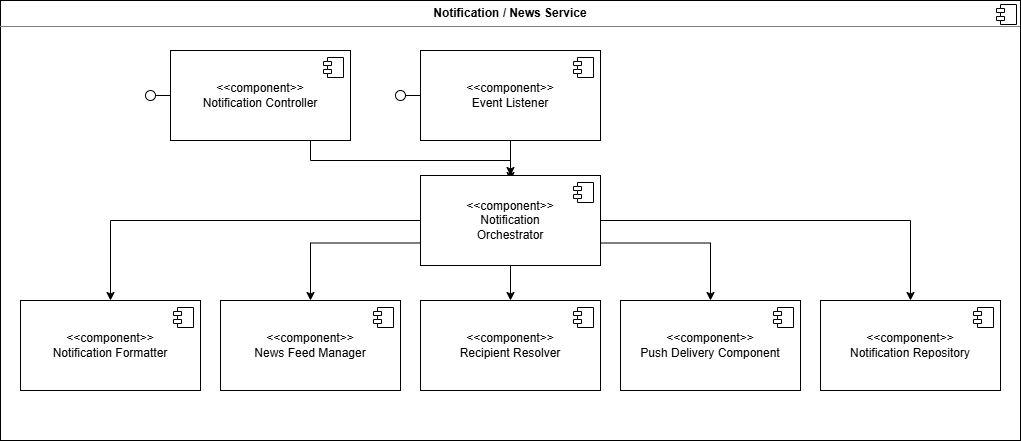
JmmonJeremy/CareerBound-SDD keeps this draw.io diagram as 04_QA_Review/Pending_Review/ES_M1_Team6_NotificationNews.drawio.png. Above is the earlier version. Source tidied: cells renumbered, new cells last; positions are measured from the earlier drawing's top-left corner, leaving out a move shared by most shapes.
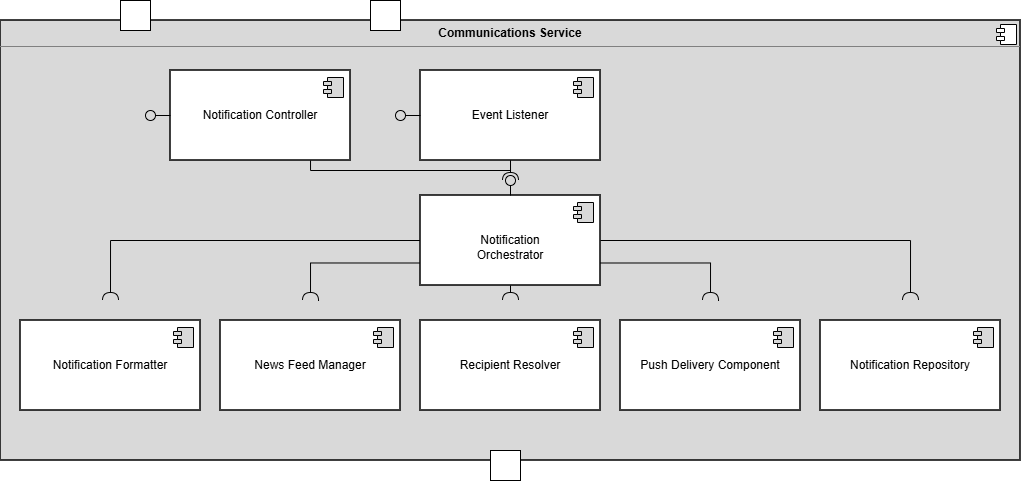
After the commit.

Change to the diagram source:
```diff
@@ -2,7 +2,7 @@
   <root>
     <mxCell id="0" />
     <mxCell id="1" parent="0" />
-    <mxCell id="2" value="&lt;p style=&quot;margin:0px;margin-top:6px;text-align:center;&quot;&gt;&lt;b&gt;Notification / News Service&lt;/b&gt;&lt;/p&gt;&lt;hr size=&quot;1&quot; style=&quot;border-style:solid;&quot;&gt;&lt;p style=&quot;margin:0px;margin-left:8px;&quot;&gt;&lt;br&gt;&lt;/p&gt;" style="align=left;overflow=fill;html=1;whiteSpace=wrap;" parent="1" vertex="1">
+    <mxCell id="2" value="&lt;p style=&quot;margin:0px;margin-top:6px;text-align:center;&quot;&gt;&lt;b&gt;Communications&amp;nbsp;&lt;/b&gt;&lt;b style=&quot;background-color: transparent; color: light-dark(rgb(0, 0, 0), rgb(255, 255, 255));&quot;&gt;Service&lt;/b&gt;&lt;/p&gt;&lt;hr size=&quot;1&quot; style=&quot;border-style:solid;&quot;&gt;&lt;p style=&quot;margin:0px;margin-left:8px;&quot;&gt;&lt;br&gt;&lt;/p&gt;" style="align=left;overflow=fill;html=1;whiteSpace=wrap;fillStyle=solid;fillColor=#D9D9D9;strokeWidth=1.5;" parent="1" vertex="1">
       <mxGeometry width="1020" height="440" as="geometry" />
     </mxCell>
     <mxCell id="3" style="shape=component;jettyWidth=8;jettyHeight=4;" parent="2" vertex="1">
@@ -10,93 +10,99 @@
         <mxPoint x="-24" y="4" as="offset" />
       </mxGeometry>
     </mxCell>
-    <mxCell id="4" style="edgeStyle=orthogonalEdgeStyle;rounded=0;jettySize=auto;html=1;" parent="1" edge="1" source="5">
+    <mxCell id="4" style="edgeStyle=orthogonalEdgeStyle;rounded=0;jettySize=auto;html=1;endArrow=none;endFill=0;" parent="1" edge="1" source="5">
       <mxGeometry relative="1" as="geometry">
-        <mxPoint x="510" y="180" as="targetPoint" />
+        <mxPoint x="510" y="140" as="targetPoint" />
         <Array as="points">
-          <mxPoint x="310" y="160" />
-          <mxPoint x="510" y="160" />
+          <mxPoint x="310" y="150" />
         </Array>
       </mxGeometry>
     </mxCell>
-    <mxCell id="5" value="&amp;lt;&amp;lt;component&amp;gt;&amp;gt;&lt;div&gt;Notification Controller&lt;/div&gt;" style="html=1;whiteSpace=wrap;" parent="1" vertex="1">
+    <mxCell id="5" value="&lt;div&gt;Notification Controller&lt;/div&gt;" style="html=1;whiteSpace=wrap;strokeWidth=1.5;" parent="1" vertex="1">
       <mxGeometry x="170" y="50" width="180" height="90" as="geometry" />
     </mxCell>
-    <mxCell id="6" style="shape=module;jettyWidth=8;jettyHeight=4;" parent="5" vertex="1">
+    <mxCell id="6" style="shape=module;jettyWidth=8;jettyHeight=4;fillColor=#D9D9D9;" parent="5" vertex="1">
       <mxGeometry x="1" width="20" height="20" relative="1" as="geometry">
         <mxPoint x="-27" y="7" as="offset" />
       </mxGeometry>
     </mxCell>
-    <mxCell id="7" style="edgeStyle=orthogonalEdgeStyle;rounded=0;jettySize=auto;html=1;entryX=0.5;entryY=0;entryDx=0;entryDy=0;" parent="1" edge="1" source="8" target="15">
-      <mxGeometry relative="1" as="geometry" />
-    </mxCell>
-    <mxCell id="8" value="&amp;lt;&amp;lt;component&amp;gt;&amp;gt;&lt;div&gt;Event Listener&lt;/div&gt;" style="html=1;whiteSpace=wrap;" parent="1" vertex="1">
+    <mxCell id="8" value="&lt;div&gt;Event Listener&lt;/div&gt;" style="html=1;whiteSpace=wrap;strokeWidth=1.5;" parent="1" vertex="1">
       <mxGeometry x="420" y="50" width="180" height="90" as="geometry" />
     </mxCell>
-    <mxCell id="9" style="shape=module;jettyWidth=8;jettyHeight=4;" parent="8" vertex="1">
+    <mxCell id="9" style="shape=module;jettyWidth=8;jettyHeight=4;fillColor=#D9D9D9;" parent="8" vertex="1">
       <mxGeometry x="1" width="20" height="20" relative="1" as="geometry">
         <mxPoint x="-27" y="7" as="offset" />
       </mxGeometry>
     </mxCell>
-    <mxCell id="10" style="edgeStyle=orthogonalEdgeStyle;rounded=0;jettySize=auto;html=1;entryX=0.5;entryY=0;entryDx=0;entryDy=0;" parent="1" edge="1" source="15" target="23">
-      <mxGeometry relative="1" as="geometry" />
+    <mxCell id="10" style="edgeStyle=orthogonalEdgeStyle;rounded=0;jettySize=auto;html=1;endArrow=halfCircle;endFill=0;" parent="1" edge="1" source="15">
+      <mxGeometry relative="1" as="geometry">
+        <mxPoint x="110" y="280" as="targetPoint" />
+      </mxGeometry>
     </mxCell>
-    <mxCell id="11" style="edgeStyle=orthogonalEdgeStyle;rounded=0;jettySize=auto;html=1;exitX=0;exitY=0.75;exitDx=0;exitDy=0;entryX=0.5;entryY=0;entryDx=0;entryDy=0;" parent="1" edge="1" source="15" target="17">
-      <mxGeometry relative="1" as="geometry" />
+    <mxCell id="11" style="edgeStyle=orthogonalEdgeStyle;rounded=0;jettySize=auto;html=1;exitX=0;exitY=0.75;exitDx=0;exitDy=0;endArrow=halfCircle;endFill=0;" parent="1" edge="1" source="15">
+      <mxGeometry relative="1" as="geometry">
+        <mxPoint x="310" y="280" as="targetPoint" />
+      </mxGeometry>
     </mxCell>
-    <mxCell id="12" style="edgeStyle=orthogonalEdgeStyle;rounded=0;jettySize=auto;html=1;exitX=0.5;exitY=1;exitDx=0;exitDy=0;entryX=0.5;entryY=0;entryDx=0;entryDy=0;" parent="1" edge="1" source="15" target="19">
-      <mxGeometry relative="1" as="geometry" />
+    <mxCell id="12" style="edgeStyle=orthogonalEdgeStyle;rounded=0;jettySize=auto;html=1;exitX=0.5;exitY=1;exitDx=0;exitDy=0;endArrow=halfCircle;endFill=0;" parent="1" edge="1" source="15">
+      <mxGeometry relative="1" as="geometry">
+        <mxPoint x="510" y="280" as="targetPoint" />
+      </mxGeometry>
     </mxCell>
-    <mxCell id="13" style="edgeStyle=orthogonalEdgeStyle;rounded=0;jettySize=auto;html=1;exitX=1;exitY=0.75;exitDx=0;exitDy=0;entryX=0.5;entryY=0;entryDx=0;entryDy=0;" parent="1" edge="1" source="15" target="21">
-      <mxGeometry relative="1" as="geometry" />
+    <mxCell id="13" style="edgeStyle=orthogonalEdgeStyle;rounded=0;jettySize=auto;html=1;exitX=1;exitY=0.75;exitDx=0;exitDy=0;endArrow=halfCircle;endFill=0;" parent="1" edge="1" source="15">
+      <mxGeometry relative="1" as="geometry">
+        <mxPoint x="710" y="280" as="targetPoint" />
+      </mxGeometry>
     </mxCell>
-    <mxCell id="14" style="edgeStyle=orthogonalEdgeStyle;rounded=0;jettySize=auto;html=1;exitX=1;exitY=0.5;exitDx=0;exitDy=0;" parent="1" edge="1" source="15" target="25">
-      <mxGeometry relative="1" as="geometry" />
+    <mxCell id="14" style="edgeStyle=orthogonalEdgeStyle;rounded=0;jettySize=auto;html=1;exitX=1;exitY=0.5;exitDx=0;exitDy=0;endArrow=halfCircle;endFill=0;" parent="1" edge="1" source="15">
+      <mxGeometry relative="1" as="geometry">
+        <mxPoint x="910" y="280" as="targetPoint" />
+      </mxGeometry>
     </mxCell>
-    <mxCell id="15" value="&amp;lt;&amp;lt;component&amp;gt;&amp;gt;&lt;div&gt;Notification&lt;/div&gt;&lt;div&gt;Orchestrator&lt;/div&gt;" style="html=1;whiteSpace=wrap;" parent="1" vertex="1">
+    <mxCell id="15" value="&lt;br&gt;&lt;div&gt;Notification&lt;/div&gt;&lt;div&gt;Orchestrator&lt;/div&gt;" style="html=1;whiteSpace=wrap;strokeWidth=1.5;" parent="1" vertex="1">
       <mxGeometry x="420" y="175" width="180" height="90" as="geometry" />
     </mxCell>
-    <mxCell id="16" style="shape=module;jettyWidth=8;jettyHeight=4;" parent="15" vertex="1">
+    <mxCell id="16" style="shape=module;jettyWidth=8;jettyHeight=4;fillColor=#D9D9D9;" parent="15" vertex="1">
       <mxGeometry x="1" width="20" height="20" relative="1" as="geometry">
         <mxPoint x="-27" y="7" as="offset" />
       </mxGeometry>
     </mxCell>
-    <mxCell id="17" value="&amp;lt;&amp;lt;component&amp;gt;&amp;gt;&lt;div&gt;News Feed Manager&lt;/div&gt;" style="html=1;whiteSpace=wrap;" parent="1" vertex="1">
+    <mxCell id="17" value="&lt;span style=&quot;background-color: transparent; color: light-dark(rgb(0, 0, 0), rgb(255, 255, 255));&quot;&gt;News Feed Manager&lt;/span&gt;" style="html=1;whiteSpace=wrap;strokeWidth=1.5;" parent="1" vertex="1">
       <mxGeometry x="220" y="300" width="180" height="90" as="geometry" />
     </mxCell>
-    <mxCell id="18" style="shape=module;jettyWidth=8;jettyHeight=4;" parent="17" vertex="1">
+    <mxCell id="18" style="shape=module;jettyWidth=8;jettyHeight=4;fillColor=#D9D9D9;" parent="17" vertex="1">
       <mxGeometry x="1" width="20" height="20" relative="1" as="geometry">
         <mxPoint x="-27" y="7" as="offset" />
       </mxGeometry>
     </mxCell>
-    <mxCell id="19" value="&amp;lt;&amp;lt;component&amp;gt;&amp;gt;&lt;div&gt;Recipient Resolver&lt;/div&gt;" style="html=1;whiteSpace=wrap;" parent="1" vertex="1">
+    <mxCell id="19" value="&lt;span style=&quot;background-color: transparent; color: light-dark(rgb(0, 0, 0), rgb(255, 255, 255));&quot;&gt;Recipient Resolver&lt;/span&gt;" style="html=1;whiteSpace=wrap;strokeWidth=1.5;" parent="1" vertex="1">
       <mxGeometry x="420" y="300" width="180" height="90" as="geometry" />
     </mxCell>
-    <mxCell id="20" style="shape=module;jettyWidth=8;jettyHeight=4;" parent="19" vertex="1">
+    <mxCell id="20" style="shape=module;jettyWidth=8;jettyHeight=4;fillColor=#D9D9D9;" parent="19" vertex="1">
       <mxGeometry x="1" width="20" height="20" relative="1" as="geometry">
         <mxPoint x="-27" y="7" as="offset" />
       </mxGeometry>
     </mxCell>
-    <mxCell id="21" value="&amp;lt;&amp;lt;component&amp;gt;&amp;gt;&lt;div&gt;Push Delivery Component&lt;/div&gt;" style="html=1;whiteSpace=wrap;" parent="1" vertex="1">
+    <mxCell id="21" value="&lt;span style=&quot;background-color: transparent; color: light-dark(rgb(0, 0, 0), rgb(255, 255, 255));&quot;&gt;Push Delivery Component&lt;/span&gt;" style="html=1;whiteSpace=wrap;strokeWidth=1.5;" parent="1" vertex="1">
       <mxGeometry x="620" y="300" width="180" height="90" as="geometry" />
     </mxCell>
-    <mxCell id="22" style="shape=module;jettyWidth=8;jettyHeight=4;" parent="21" vertex="1">
+    <mxCell id="22" style="shape=module;jettyWidth=8;jettyHeight=4;fillColor=#D9D9D9;" parent="21" vertex="1">
       <mxGeometry x="1" width="20" height="20" relative="1" as="geometry">
         <mxPoint x="-27" y="7" as="offset" />
       </mxGeometry>
     </mxCell>
-    <mxCell id="23" value="&amp;lt;&amp;lt;component&amp;gt;&amp;gt;&lt;div&gt;Notification Formatter&lt;/div&gt;" style="html=1;whiteSpace=wrap;" parent="1" vertex="1">
+    <mxCell id="23" value="&lt;div&gt;Notification Formatter&lt;/div&gt;" style="html=1;whiteSpace=wrap;strokeWidth=1.5;" parent="1" vertex="1">
       <mxGeometry x="20" y="300" width="180" height="90" as="geometry" />
     </mxCell>
-    <mxCell id="24" style="shape=module;jettyWidth=8;jettyHeight=4;" parent="23" vertex="1">
+    <mxCell id="24" style="shape=module;jettyWidth=8;jettyHeight=4;fillColor=#D9D9D9;" parent="23" vertex="1">
       <mxGeometry x="1" width="20" height="20" relative="1" as="geometry">
         <mxPoint x="-27" y="7" as="offset" />
       </mxGeometry>
     </mxCell>
-    <mxCell id="25" value="&amp;lt;&amp;lt;component&amp;gt;&amp;gt;&lt;div&gt;Notification Repository&lt;/div&gt;" style="html=1;whiteSpace=wrap;" parent="1" vertex="1">
+    <mxCell id="25" value="&lt;div&gt;Notification Repository&lt;/div&gt;" style="html=1;whiteSpace=wrap;strokeWidth=1.5;" parent="1" vertex="1">
       <mxGeometry x="820" y="300" width="180" height="90" as="geometry" />
     </mxCell>
-    <mxCell id="26" style="shape=module;jettyWidth=8;jettyHeight=4;" parent="25" vertex="1">
+    <mxCell id="26" style="shape=module;jettyWidth=8;jettyHeight=4;fillColor=#D9D9D9;" parent="25" vertex="1">
       <mxGeometry x="1" width="20" height="20" relative="1" as="geometry">
         <mxPoint x="-27" y="7" as="offset" />
       </mxGeometry>
@@ -114,5 +120,27 @@
         <mxPoint x="150" y="95" as="targetPoint" />
       </mxGeometry>
     </mxCell>
+    <mxCell id="30" style="rounded=0;whiteSpace=wrap;html=1;" parent="1" vertex="1">
+      <mxGeometry x="370" y="-20" width="30" height="30" as="geometry" />
+    </mxCell>
+    <mxCell id="31" style="rounded=0;whiteSpace=wrap;html=1;" parent="1" vertex="1">
+      <mxGeometry x="490" y="430" width="30" height="30" as="geometry" />
+    </mxCell>
+    <mxCell id="32" style="rounded=0;jettySize=auto;html=1;endArrow=halfCircle;endFill=0;endSize=6;strokeWidth=1;sketch=0;exitX=0.5;exitY=1;exitDx=0;exitDy=0;" parent="1" edge="1" source="8">
+      <mxGeometry relative="1" as="geometry">
+        <mxPoint x="510" y="160" as="targetPoint" />
+      </mxGeometry>
+    </mxCell>
+    <mxCell id="33" style="rounded=0;jettySize=auto;html=1;endArrow=oval;endFill=0;sketch=0;sourcePerimeterSpacing=0;targetPerimeterSpacing=0;endSize=10;exitX=0.5;exitY=0;exitDx=0;exitDy=0;" parent="1" edge="1" source="15">
+      <mxGeometry relative="1" as="geometry">
+        <mxPoint x="510" y="160" as="targetPoint" />
+      </mxGeometry>
+    </mxCell>
+    <mxCell id="34" style="ellipse;whiteSpace=wrap;html=1;align=center;fillColor=none;strokeColor=none;perimeter=centerPerimeter;" parent="1" vertex="1">
+      <mxGeometry x="515" y="210" width="10" height="10" as="geometry" />
+    </mxCell>
+    <mxCell id="35" style="rounded=0;whiteSpace=wrap;html=1;" parent="1" vertex="1">
+      <mxGeometry x="120" y="-20" width="30" height="30" as="geometry" />
+    </mxCell>
   </root>
 </mxGraphModel>
```
